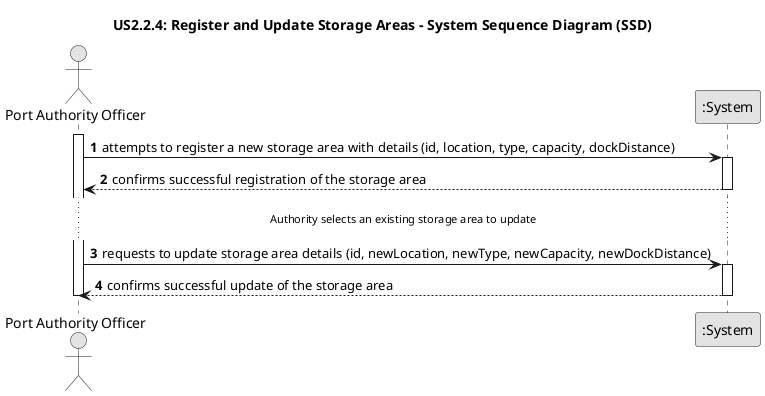
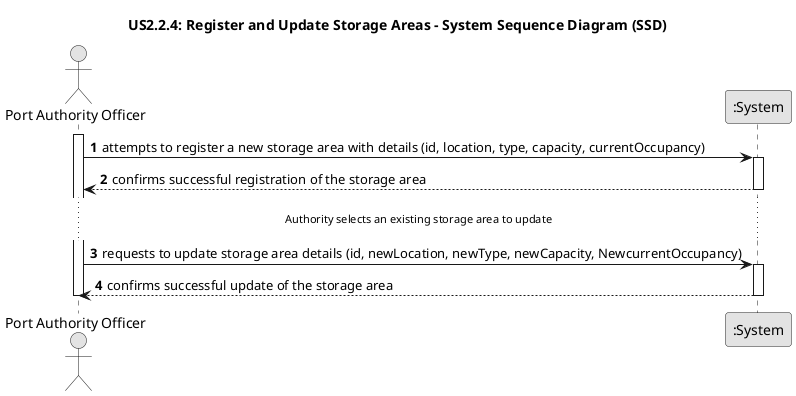
@startuml
' Use template styling (assuming monochrome, etc.)
skinparam monochrome true
skinparam packageStyle rectangle
skinparam shadowing false

title US2.2.4: Register and Update Storage Areas - System Sequence Diagram (SSD)

autonumber
actor "Port Authority Officer" as Authority
participant ":System" as System

activate Authority
'--- Register Scenario ---
- Authority -> System : attempts to register a new storage area with details (id, location, type, capacity, dockDistance)
+ Authority -> System : attempts to register a new storage area with details (id, location, type, capacity, currentOccupancy)
activate System
System --> Authority : confirms successful registration of the storage area
deactivate System

'--- Update Scenario ---
... Authority selects an existing storage area to update ...
- Authority -> System : requests to update storage area details (id, newLocation, newType, newCapacity, newDockDistance)
+ Authority -> System : requests to update storage area details (id, newLocation, newType, newCapacity, NewcurrentOccupancy)
activate System
    System --> Authority : confirms successful update of the storage area
deactivate System

deactivate Authority

@enduml